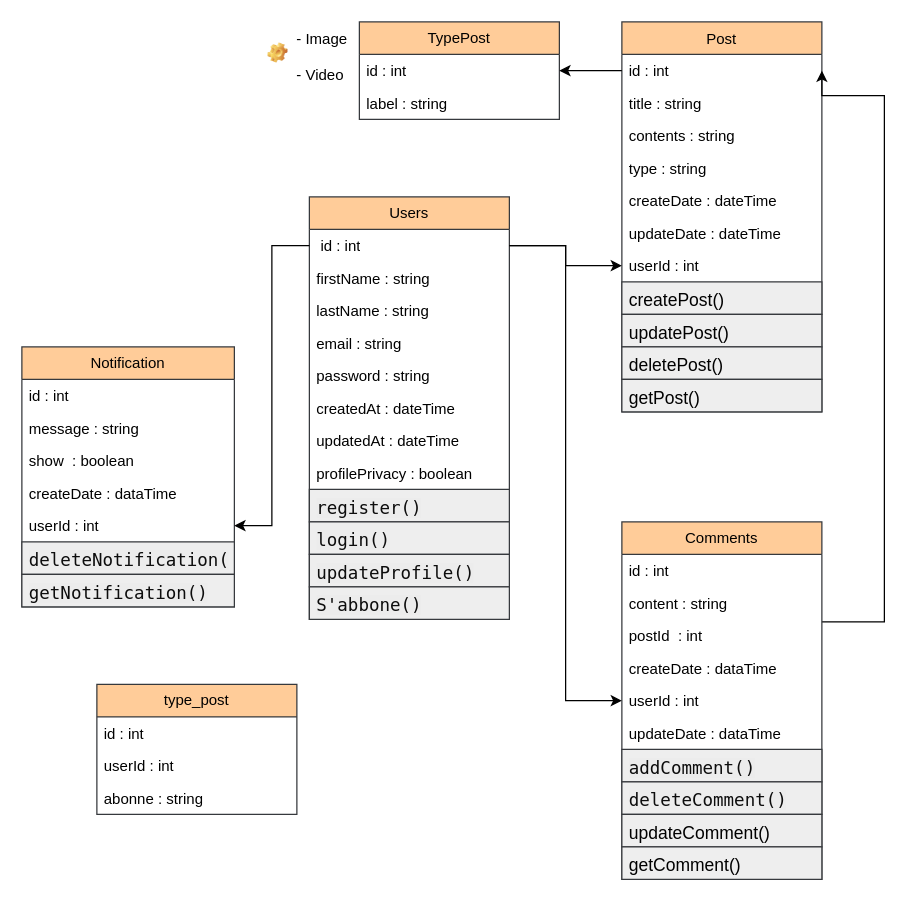
This is documentation/azure_project.drawio from fadjoker13/Azure_project, a draw.io file, before an edit. Source tidied: cells renumbered, new cells numbered last; positions are measured from the earlier drawing's top-left corner, leaving out a move shared by most shapes. Both pictures are drawn from the tidied source at 125%, with x=0, y=0 at pixel (21, 21).
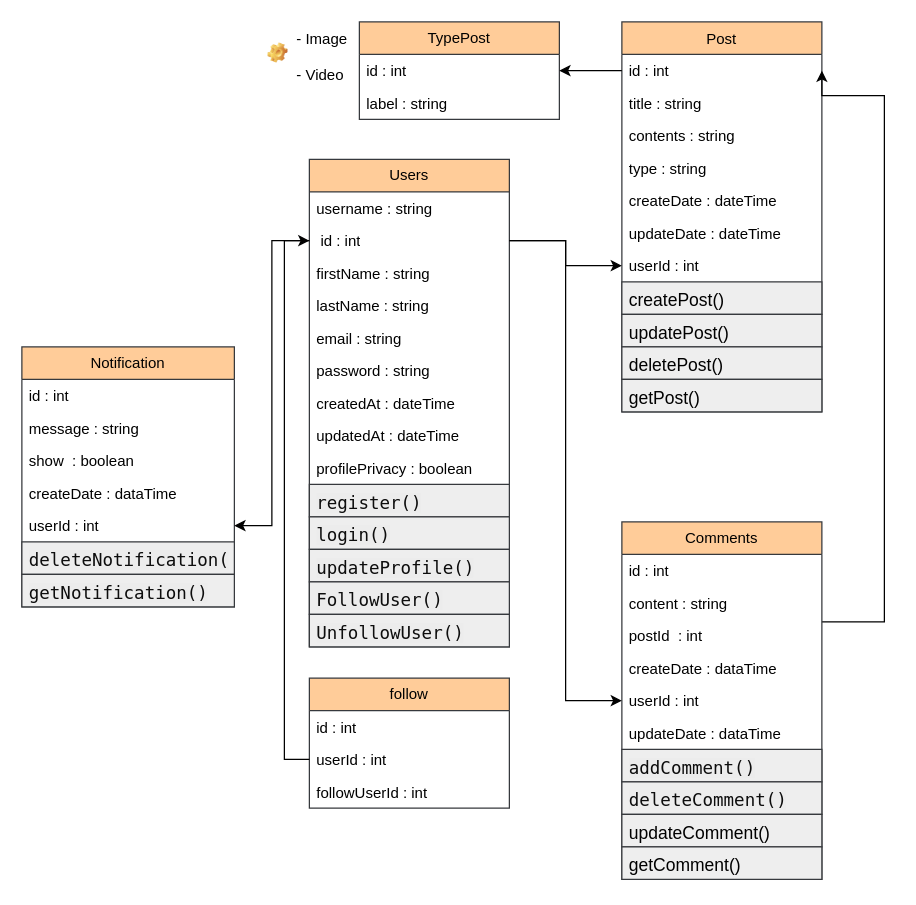
The same page after the edit.

Commit message:
Mettre à jour azure_project.drawio

The change refers to these unchanged cells:
```xml
<mxCell id="61" value="userId : int" style="text;strokeColor=none;fillColor=none;align=left;verticalAlign=top;spacingLeft=4;spacingRight=4;overflow=hidden;points=[[0,0.5],[1,0.5]];portConstraint=eastwest;whiteSpace=wrap;html=1;" parent="59" vertex="1">
  <mxGeometry y="52" width="160" height="26" as="geometry" />
</mxCell>
```

The edit, as a diff of the source:
```diff
@@
     <mxCell id="14" value="Users" style="swimlane;fontStyle=0;horizontal=1;startSize=26;fillColor=#ffcc99;whiteSpace=wrap;html=1;strokeColor=#36393d;" parent="1" vertex="1">
-      <mxGeometry x="230" y="140" width="160" height="338" as="geometry" />
+      <mxGeometry x="230" y="110" width="160" height="390" as="geometry" />
     </mxCell>
+    <mxCell id="64" value="username : string" style="text;strokeColor=none;fillColor=none;align=left;verticalAlign=top;spacingLeft=4;spacingRight=4;overflow=hidden;whiteSpace=wrap;html=1;" parent="14" vertex="1">
+      <mxGeometry y="26" width="160" height="26" as="geometry" />
+    </mxCell>
     <mxCell id="15" value="&amp;nbsp;id : int" style="text;strokeColor=none;fillColor=none;align=left;verticalAlign=top;spacingLeft=4;spacingRight=4;overflow=hidden;points=[[0,0.5],[1,0.5]];portConstraint=eastwest;whiteSpace=wrap;html=1;" parent="14" vertex="1">
-      <mxGeometry y="26" width="160" height="26" as="geometry" />
+      <mxGeometry y="52" width="160" height="26" as="geometry" />
     </mxCell>
     <mxCell id="16" value="firstName : string" style="text;strokeColor=none;fillColor=none;align=left;verticalAlign=top;spacingLeft=4;spacingRight=4;overflow=hidden;points=[[0,0.5],[1,0.5]];portConstraint=eastwest;whiteSpace=wrap;html=1;" parent="14" vertex="1">
-      <mxGeometry y="52" width="160" height="26" as="geometry" />
+      <mxGeometry y="78" width="160" height="26" as="geometry" />
     </mxCell>
     <mxCell id="17" value="lastName : string" style="text;strokeColor=none;fillColor=none;align=left;verticalAlign=top;spacingLeft=4;spacingRight=4;overflow=hidden;whiteSpace=wrap;html=1;" parent="14" vertex="1">
-      <mxGeometry y="78" width="160" height="26" as="geometry" />
+      <mxGeometry y="104" width="160" height="26" as="geometry" />
     </mxCell>
     <mxCell id="18" value="email : string" style="text;strokeColor=none;fillColor=none;align=left;verticalAlign=top;spacingLeft=4;spacingRight=4;overflow=hidden;whiteSpace=wrap;html=1;" parent="14" vertex="1">
-      <mxGeometry y="104" width="160" height="26" as="geometry" />
+      <mxGeometry y="130" width="160" height="26" as="geometry" />
     </mxCell>
     <mxCell id="19" value="password : string" style="text;strokeColor=none;fillColor=none;align=left;verticalAlign=top;spacingLeft=4;spacingRight=4;overflow=hidden;whiteSpace=wrap;html=1;" parent="14" vertex="1">
-      <mxGeometry y="130" width="160" height="26" as="geometry" />
+      <mxGeometry y="156" width="160" height="26" as="geometry" />
     </mxCell>
@@
     <mxCell id="21" value="createdAt : dateTime" style="text;strokeColor=none;fillColor=none;align=left;verticalAlign=top;spacingLeft=4;spacingRight=4;overflow=hidden;whiteSpace=wrap;html=1;" parent="14" vertex="1">
-      <mxGeometry y="156" width="160" height="26" as="geometry" />
+      <mxGeometry y="182" width="160" height="26" as="geometry" />
     </mxCell>
     <mxCell id="22" value="updatedAt : dateTime" style="text;strokeColor=none;fillColor=none;align=left;verticalAlign=top;spacingLeft=4;spacingRight=4;overflow=hidden;whiteSpace=wrap;html=1;" parent="14" vertex="1">
-      <mxGeometry y="182" width="160" height="26" as="geometry" />
+      <mxGeometry y="208" width="160" height="26" as="geometry" />
     </mxCell>
     <mxCell id="23" value="profilePrivacy : boolean" style="text;strokeColor=none;fillColor=none;align=left;verticalAlign=top;spacingLeft=4;spacingRight=4;overflow=hidden;whiteSpace=wrap;html=1;" parent="14" vertex="1">
-      <mxGeometry y="208" width="160" height="26" as="geometry" />
+      <mxGeometry y="234" width="160" height="26" as="geometry" />
     </mxCell>
     <mxCell id="24" value="&lt;span style=&quot;color: rgb(13, 13, 13); font-family: ui-monospace, SFMono-Regular, &amp;quot;SF Mono&amp;quot;, Menlo, Consolas, &amp;quot;Liberation Mono&amp;quot;, monospace; font-size: 14px; background-color: rgb(236, 236, 236);&quot;&gt;register()&lt;/span&gt;" style="text;strokeColor=#36393d;fillColor=#eeeeee;align=left;verticalAlign=top;spacingLeft=4;spacingRight=4;overflow=hidden;whiteSpace=wrap;html=1;" parent="14" vertex="1">
-      <mxGeometry y="234" width="160" height="26" as="geometry" />
+      <mxGeometry y="260" width="160" height="26" as="geometry" />
     </mxCell>
     <mxCell id="25" value="&lt;span style=&quot;color: rgb(13, 13, 13); font-family: ui-monospace, SFMono-Regular, &amp;quot;SF Mono&amp;quot;, Menlo, Consolas, &amp;quot;Liberation Mono&amp;quot;, monospace; font-size: 14px; background-color: rgb(236, 236, 236);&quot;&gt;login()&lt;/span&gt;" style="text;strokeColor=#36393d;fillColor=#eeeeee;align=left;verticalAlign=top;spacingLeft=4;spacingRight=4;overflow=hidden;whiteSpace=wrap;html=1;" parent="14" vertex="1">
-      <mxGeometry y="260" width="160" height="26" as="geometry" />
+      <mxGeometry y="286" width="160" height="26" as="geometry" />
     </mxCell>
     <mxCell id="26" value="&lt;span style=&quot;color: rgb(13, 13, 13); font-family: ui-monospace, SFMono-Regular, &amp;quot;SF Mono&amp;quot;, Menlo, Consolas, &amp;quot;Liberation Mono&amp;quot;, monospace; font-size: 14px; background-color: rgb(236, 236, 236);&quot;&gt;updateProfile()&lt;/span&gt;" style="text;strokeColor=#36393d;fillColor=#eeeeee;align=left;verticalAlign=top;spacingLeft=4;spacingRight=4;overflow=hidden;whiteSpace=wrap;html=1;" parent="14" vertex="1">
-      <mxGeometry y="286" width="160" height="26" as="geometry" />
+      <mxGeometry y="312" width="160" height="26" as="geometry" />
     </mxCell>
-    <mxCell id="27" value="&lt;span style=&quot;color: rgb(13, 13, 13); font-family: ui-monospace, SFMono-Regular, &amp;quot;SF Mono&amp;quot;, Menlo, Consolas, &amp;quot;Liberation Mono&amp;quot;, monospace; font-size: 14px; background-color: rgb(236, 236, 236);&quot;&gt;S'abbone()&lt;/span&gt;" style="text;strokeColor=#36393d;fillColor=#eeeeee;align=left;verticalAlign=top;spacingLeft=4;spacingRight=4;overflow=hidden;whiteSpace=wrap;html=1;" parent="14" vertex="1">
-      <mxGeometry y="312" width="160" height="26" as="geometry" />
+    <mxCell id="27" value="&lt;span style=&quot;color: rgb(13, 13, 13); font-family: ui-monospace, SFMono-Regular, &amp;quot;SF Mono&amp;quot;, Menlo, Consolas, &amp;quot;Liberation Mono&amp;quot;, monospace; font-size: 14px; background-color: rgb(236, 236, 236);&quot;&gt;FollowUser()&lt;/span&gt;" style="text;strokeColor=#36393d;fillColor=#eeeeee;align=left;verticalAlign=top;spacingLeft=4;spacingRight=4;overflow=hidden;whiteSpace=wrap;html=1;" parent="14" vertex="1">
+      <mxGeometry y="338" width="160" height="26" as="geometry" />
     </mxCell>
+    <mxCell id="65" value="&lt;span style=&quot;color: rgb(13, 13, 13); font-family: ui-monospace, SFMono-Regular, &amp;quot;SF Mono&amp;quot;, Menlo, Consolas, &amp;quot;Liberation Mono&amp;quot;, monospace; font-size: 14px; background-color: rgb(236, 236, 236);&quot;&gt;UnfollowUser()&lt;/span&gt;" style="text;strokeColor=#36393d;fillColor=#eeeeee;align=left;verticalAlign=top;spacingLeft=4;spacingRight=4;overflow=hidden;whiteSpace=wrap;html=1;" parent="14" vertex="1">
+      <mxGeometry y="364" width="160" height="26" as="geometry" />
+    </mxCell>
@@
-    <mxCell id="59" value="type_post" style="swimlane;fontStyle=0;horizontal=1;startSize=26;fillColor=#ffcc99;whiteSpace=wrap;html=1;strokeColor=#36393d;" parent="1" vertex="1">
-      <mxGeometry x="60" y="530" width="160" height="104" as="geometry" />
+    <mxCell id="59" value="follow" style="swimlane;fontStyle=0;horizontal=1;startSize=26;fillColor=#ffcc99;whiteSpace=wrap;html=1;strokeColor=#36393d;" parent="1" vertex="1">
+      <mxGeometry x="230" y="525" width="160" height="104" as="geometry" />
     </mxCell>
@@
-    <mxCell id="63" value="abonne : string" style="text;strokeColor=none;fillColor=none;align=left;verticalAlign=top;spacingLeft=4;spacingRight=4;overflow=hidden;whiteSpace=wrap;html=1;" parent="59" vertex="1">
+    <mxCell id="63" value="followUserId : int" style="text;strokeColor=none;fillColor=none;align=left;verticalAlign=top;spacingLeft=4;spacingRight=4;overflow=hidden;whiteSpace=wrap;html=1;" parent="59" vertex="1">
       <mxGeometry y="78" width="160" height="26" as="geometry" />
     </mxCell>
+    <mxCell id="66" style="edgeStyle=orthogonalEdgeStyle;rounded=0;jettySize=auto;html=1;entryX=0;entryY=0.5;entryDx=0;entryDy=0;" parent="1" edge="1" source="61" target="15">
+      <mxGeometry relative="1" as="geometry" />
+    </mxCell>
```
